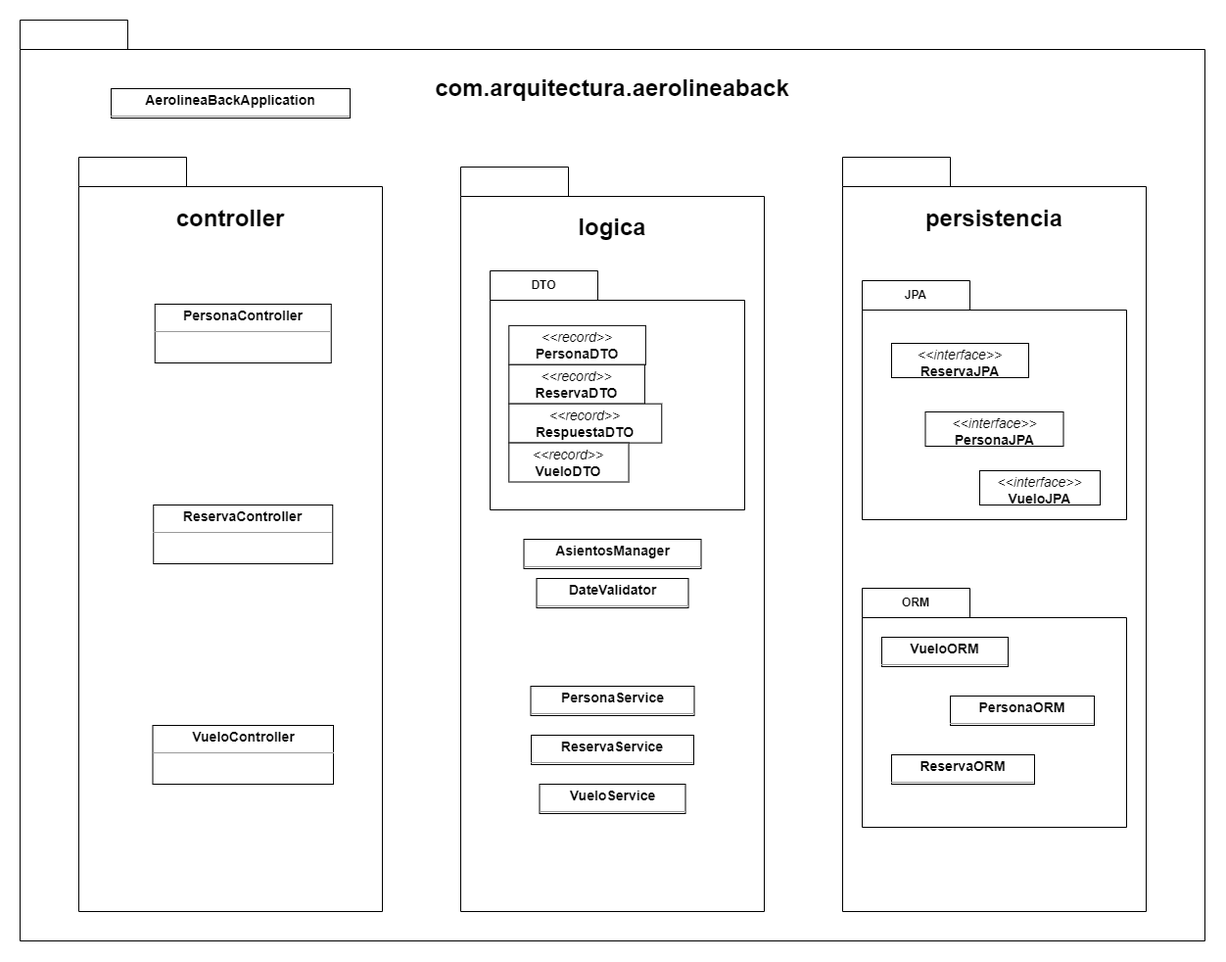
Before: docs/pckgd.drawio.png, a diagram exported from draw.io (pipe1408/aerolinea-back). Source tidied: cells renumbered, new cells last; positions are measured from the earlier drawing's top-left corner, leaving out a move shared by most shapes.
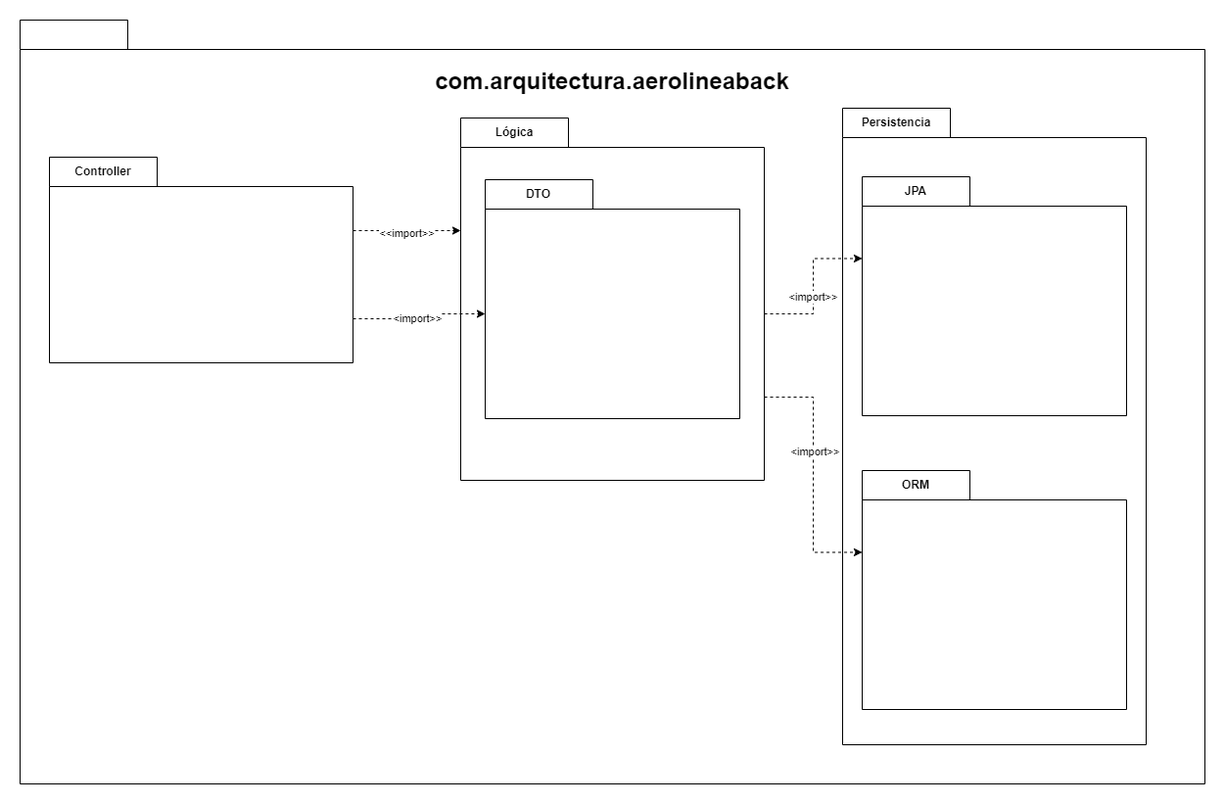
The same diagram one commit later.

Commit message:
Corrige diagrama de paquetes

Diff of the diagram source:
```diff
@@ -3,117 +3,91 @@
     <mxCell id="0" />
     <mxCell id="1" parent="0" />
     <mxCell id="2" style="shape=folder;fontStyle=1;tabWidth=110;tabHeight=30;tabPosition=left;html=1;boundedLbl=1;labelInHeader=1;whiteSpace=wrap;" parent="1" vertex="1">
-      <mxGeometry width="1210" height="940" as="geometry" />
+      <mxGeometry width="1210" height="780" as="geometry" />
     </mxCell>
     <mxCell id="3" value="&lt;b&gt;&lt;font style=&quot;font-size: 24px;&quot;&gt;com.arquitectura.aerolineaback&lt;/font&gt;&lt;/b&gt;" style="html=1;strokeColor=none;fillColor=none;whiteSpace=wrap;" parent="2" vertex="1">
-      <mxGeometry width="1210" height="79.66" relative="1" as="geometry">
+      <mxGeometry width="1210" height="66.1" relative="1" as="geometry">
         <mxPoint y="30" as="offset" />
       </mxGeometry>
     </mxCell>
-    <mxCell id="4" style="shape=folder;fontStyle=1;tabWidth=110;tabHeight=30;tabPosition=left;html=1;boundedLbl=1;labelInHeader=1;whiteSpace=wrap;" parent="2" vertex="1">
-      <mxGeometry x="60" y="140" width="310" height="770" as="geometry" />
+    <mxCell id="4" value="Controller" style="shape=folder;fontStyle=1;tabWidth=110;tabHeight=30;tabPosition=left;html=1;boundedLbl=1;labelInHeader=1;whiteSpace=wrap;" parent="2" vertex="1">
+      <mxGeometry x="30" y="140" width="310" height="210" as="geometry" />
     </mxCell>
-    <mxCell id="5" value="&lt;span style=&quot;font-size: 24px;&quot;&gt;&lt;b&gt;controller&lt;/b&gt;&lt;/span&gt;" style="html=1;strokeColor=none;fillColor=none;whiteSpace=wrap;" parent="4" vertex="1">
-      <mxGeometry width="310" height="65.25" relative="1" as="geometry">
+    <mxCell id="5" style="html=1;strokeColor=none;fillColor=none;whiteSpace=wrap;" parent="4" vertex="1">
+      <mxGeometry width="310" height="17.8" relative="1" as="geometry">
         <mxPoint y="30" as="offset" />
       </mxGeometry>
     </mxCell>
-    <mxCell id="6" value="&lt;p style=&quot;margin:0px;margin-top:4px;text-align:center;&quot;&gt;&lt;b&gt;PersonaController&lt;/b&gt;&lt;/p&gt;&lt;hr size=&quot;1&quot;/&gt;" style="verticalAlign=top;align=left;overflow=fill;fontSize=14;fontFamily=Helvetica;html=1;rounded=0;shadow=0;comic=0;labelBackgroundColor=none;strokeWidth=1;" parent="4" vertex="1">
-      <mxGeometry x="77.8" y="150" width="180" height="60" as="geometry" />
-    </mxCell>
-    <mxCell id="7" value="&lt;p style=&quot;margin:0px;margin-top:4px;text-align:center;&quot;&gt;&lt;b&gt;ReservaController&lt;/b&gt;&lt;/p&gt;&lt;hr size=&quot;1&quot;/&gt;" style="verticalAlign=top;align=left;overflow=fill;fontSize=14;fontFamily=Helvetica;html=1;rounded=0;shadow=0;comic=0;labelBackgroundColor=none;strokeWidth=1;" parent="4" vertex="1">
-      <mxGeometry x="76.2" y="355" width="183" height="60" as="geometry" />
-    </mxCell>
-    <mxCell id="8" value="&lt;p style=&quot;margin:0px;margin-top:4px;text-align:center;&quot;&gt;&lt;b&gt;VueloController&lt;/b&gt;&lt;/p&gt;&lt;hr size=&quot;1&quot;/&gt;" style="verticalAlign=top;align=left;overflow=fill;fontSize=14;fontFamily=Helvetica;html=1;rounded=0;shadow=0;comic=0;labelBackgroundColor=none;strokeWidth=1;" parent="4" vertex="1">
-      <mxGeometry x="75.5" y="580" width="184.5" height="60" as="geometry" />
-    </mxCell>
-    <mxCell id="9" style="shape=folder;fontStyle=1;tabWidth=110;tabHeight=30;tabPosition=left;html=1;boundedLbl=1;labelInHeader=1;whiteSpace=wrap;" parent="2" vertex="1">
-      <mxGeometry x="450" y="150" width="310" height="760" as="geometry" />
+    <mxCell id="9" value="Lógica" style="shape=folder;fontStyle=1;tabWidth=110;tabHeight=30;tabPosition=left;html=1;boundedLbl=1;labelInHeader=1;whiteSpace=wrap;" parent="2" vertex="1">
+      <mxGeometry x="450" y="100" width="310" height="370" as="geometry" />
     </mxCell>
-    <mxCell id="10" value="&lt;span style=&quot;font-size: 24px;&quot;&gt;&lt;b&gt;logica&lt;/b&gt;&lt;/span&gt;" style="html=1;strokeColor=none;fillColor=none;whiteSpace=wrap;" parent="9" vertex="1">
-      <mxGeometry width="310" height="64.41" relative="1" as="geometry">
+    <mxCell id="10" style="html=1;strokeColor=none;fillColor=none;whiteSpace=wrap;" parent="9" vertex="1">
+      <mxGeometry width="310" height="31.36" relative="1" as="geometry">
         <mxPoint y="30" as="offset" />
       </mxGeometry>
     </mxCell>
     <mxCell id="11" value="DTO" style="shape=folder;fontStyle=1;tabWidth=110;tabHeight=30;tabPosition=left;html=1;boundedLbl=1;labelInHeader=1;whiteSpace=wrap;" parent="9" vertex="1">
-      <mxGeometry x="30" y="106" width="260" height="244" as="geometry" />
+      <mxGeometry x="25" y="63" width="260" height="244" as="geometry" />
     </mxCell>
     <mxCell id="12" value="&lt;div&gt;&lt;br&gt;&lt;/div&gt;&lt;div&gt;&lt;br&gt;&lt;/div&gt;" style="html=1;strokeColor=none;fillColor=none;whiteSpace=wrap;" parent="11" vertex="1">
       <mxGeometry width="260" height="170.8" relative="1" as="geometry">
         <mxPoint y="30" as="offset" />
       </mxGeometry>
     </mxCell>
-    <mxCell id="13" value="&lt;p style=&quot;margin:0px;margin-top:4px;text-align:center;&quot;&gt;&lt;i&gt;&amp;lt;&amp;lt;record&amp;gt;&amp;gt;&lt;/i&gt;&lt;br/&gt;&lt;b&gt;PersonaDTO&lt;/b&gt;&lt;/p&gt;&lt;hr size=&quot;1&quot;/&gt;" style="verticalAlign=top;align=left;overflow=fill;fontSize=14;fontFamily=Helvetica;html=1;rounded=0;shadow=0;comic=0;labelBackgroundColor=none;strokeWidth=1;" parent="11" vertex="1">
-      <mxGeometry x="19.3" y="55.9" width="139.6" height="39.9" as="geometry" />
-    </mxCell>
-    <mxCell id="14" value="&lt;p style=&quot;margin:0px;margin-top:4px;text-align:center;&quot;&gt;&lt;i&gt;&amp;lt;&amp;lt;record&amp;gt;&amp;gt;&lt;/i&gt;&lt;br/&gt;&lt;b&gt;ReservaDTO&lt;/b&gt;&lt;/p&gt;&lt;hr size=&quot;1&quot;/&gt;" style="verticalAlign=top;align=left;overflow=fill;fontSize=14;fontFamily=Helvetica;html=1;rounded=0;shadow=0;comic=0;labelBackgroundColor=none;strokeWidth=1;" parent="11" vertex="1">
-      <mxGeometry x="19.3" y="95.8" width="138.7" height="39.9" as="geometry" />
-    </mxCell>
-    <mxCell id="15" value="&lt;p style=&quot;margin:0px;margin-top:4px;text-align:center;&quot;&gt;&lt;i&gt;&amp;lt;&amp;lt;record&amp;gt;&amp;gt;&lt;/i&gt;&lt;br/&gt;&lt;b&gt;RespuestaDTO&lt;/b&gt;&lt;/p&gt;&lt;hr size=&quot;1&quot;/&gt;" style="verticalAlign=top;align=left;overflow=fill;fontSize=14;fontFamily=Helvetica;html=1;rounded=0;shadow=0;comic=0;labelBackgroundColor=none;strokeWidth=1;" parent="11" vertex="1">
-      <mxGeometry x="19.3" y="135.7" width="156" height="39.9" as="geometry" />
-    </mxCell>
-    <mxCell id="16" value="&lt;p style=&quot;margin:0px;margin-top:4px;text-align:center;&quot;&gt;&lt;i&gt;&amp;lt;&amp;lt;record&amp;gt;&amp;gt;&lt;/i&gt;&lt;br/&gt;&lt;b&gt;VueloDTO&lt;/b&gt;&lt;/p&gt;&lt;hr size=&quot;1&quot;/&gt;" style="verticalAlign=top;align=left;overflow=fill;fontSize=14;fontFamily=Helvetica;html=1;rounded=0;shadow=0;comic=0;labelBackgroundColor=none;strokeWidth=1;" parent="11" vertex="1">
-      <mxGeometry x="19.3" y="175.6" width="122.3" height="39.9" as="geometry" />
-    </mxCell>
-    <mxCell id="17" value="&lt;p style=&quot;margin:0px;margin-top:4px;text-align:center;&quot;&gt;&lt;b&gt;AsientosManager&lt;/b&gt;&lt;/p&gt;&lt;hr size=&quot;1&quot;/&gt;" style="verticalAlign=top;align=left;overflow=fill;fontSize=14;fontFamily=Helvetica;html=1;rounded=0;shadow=0;comic=0;labelBackgroundColor=none;strokeWidth=1;" parent="9" vertex="1">
-      <mxGeometry x="64.5" y="380" width="181" height="30" as="geometry" />
-    </mxCell>
-    <mxCell id="18" value="&lt;p style=&quot;margin:0px;margin-top:4px;text-align:center;&quot;&gt;&lt;b&gt;DateValidator&lt;/b&gt;&lt;/p&gt;&lt;hr size=&quot;1&quot;/&gt;" style="verticalAlign=top;align=left;overflow=fill;fontSize=14;fontFamily=Helvetica;html=1;rounded=0;shadow=0;comic=0;labelBackgroundColor=none;strokeWidth=1;" parent="9" vertex="1">
-      <mxGeometry x="77.5" y="420" width="155" height="30" as="geometry" />
-    </mxCell>
-    <mxCell id="19" value="&lt;p style=&quot;margin:0px;margin-top:4px;text-align:center;&quot;&gt;&lt;b&gt;PersonaService&lt;/b&gt;&lt;/p&gt;&lt;hr size=&quot;1&quot;/&gt;" style="verticalAlign=top;align=left;overflow=fill;fontSize=14;fontFamily=Helvetica;html=1;rounded=0;shadow=0;comic=0;labelBackgroundColor=none;strokeWidth=1;" parent="9" vertex="1">
-      <mxGeometry x="71.5" y="530" width="167" height="30" as="geometry" />
-    </mxCell>
-    <mxCell id="20" value="&lt;p style=&quot;margin:0px;margin-top:4px;text-align:center;&quot;&gt;&lt;b&gt;VueloService&lt;/b&gt;&lt;/p&gt;&lt;hr size=&quot;1&quot;/&gt;" style="verticalAlign=top;align=left;overflow=fill;fontSize=14;fontFamily=Helvetica;html=1;rounded=0;shadow=0;comic=0;labelBackgroundColor=none;strokeWidth=1;" parent="9" vertex="1">
-      <mxGeometry x="80.5" y="630" width="149" height="30" as="geometry" />
-    </mxCell>
-    <mxCell id="21" value="&lt;p style=&quot;margin:0px;margin-top:4px;text-align:center;&quot;&gt;&lt;b&gt;ReservaService&lt;/b&gt;&lt;/p&gt;&lt;hr size=&quot;1&quot;/&gt;" style="verticalAlign=top;align=left;overflow=fill;fontSize=14;fontFamily=Helvetica;html=1;rounded=0;shadow=0;comic=0;labelBackgroundColor=none;strokeWidth=1;" parent="9" vertex="1">
-      <mxGeometry x="72" y="580" width="166" height="30" as="geometry" />
-    </mxCell>
-    <mxCell id="22" style="shape=folder;fontStyle=1;tabWidth=110;tabHeight=30;tabPosition=left;html=1;boundedLbl=1;labelInHeader=1;whiteSpace=wrap;" parent="2" vertex="1">
-      <mxGeometry x="840" y="140" width="310" height="770" as="geometry" />
+    <mxCell id="22" value="Persistencia" style="shape=folder;fontStyle=1;tabWidth=110;tabHeight=30;tabPosition=left;html=1;boundedLbl=1;labelInHeader=1;whiteSpace=wrap;" parent="2" vertex="1">
+      <mxGeometry x="840" y="90" width="310" height="650" as="geometry" />
     </mxCell>
-    <mxCell id="23" value="&lt;span style=&quot;font-size: 24px;&quot;&gt;&lt;b&gt;persistencia&lt;/b&gt;&lt;/span&gt;" style="html=1;strokeColor=none;fillColor=none;whiteSpace=wrap;" parent="22" vertex="1">
-      <mxGeometry width="310" height="65.25" relative="1" as="geometry">
+    <mxCell id="23" style="html=1;strokeColor=none;fillColor=none;whiteSpace=wrap;" parent="22" vertex="1">
+      <mxGeometry width="310" height="55.08" relative="1" as="geometry">
         <mxPoint y="30" as="offset" />
       </mxGeometry>
     </mxCell>
+    <mxCell id="29" value="ORM" style="shape=folder;fontStyle=1;tabWidth=110;tabHeight=30;tabPosition=left;html=1;boundedLbl=1;labelInHeader=1;whiteSpace=wrap;" parent="22" vertex="1">
+      <mxGeometry x="20" y="370" width="270" height="244" as="geometry" />
+    </mxCell>
+    <mxCell id="30" value="&lt;div&gt;&lt;br&gt;&lt;/div&gt;&lt;div&gt;&lt;br&gt;&lt;/div&gt;" style="html=1;strokeColor=none;fillColor=none;whiteSpace=wrap;" parent="29" vertex="1">
+      <mxGeometry width="270" height="170.8" relative="1" as="geometry">
+        <mxPoint y="30" as="offset" />
+      </mxGeometry>
+    </mxCell>
     <mxCell id="24" value="JPA" style="shape=folder;fontStyle=1;tabWidth=110;tabHeight=30;tabPosition=left;html=1;boundedLbl=1;labelInHeader=1;whiteSpace=wrap;" parent="22" vertex="1">
-      <mxGeometry x="20" y="126" width="270" height="244" as="geometry" />
+      <mxGeometry x="20" y="70" width="270" height="244" as="geometry" />
     </mxCell>
     <mxCell id="25" value="&lt;div&gt;&lt;br&gt;&lt;/div&gt;&lt;div&gt;&lt;br&gt;&lt;/div&gt;" style="html=1;strokeColor=none;fillColor=none;whiteSpace=wrap;" parent="24" vertex="1">
       <mxGeometry width="270" height="170.8" relative="1" as="geometry">
         <mxPoint y="30" as="offset" />
       </mxGeometry>
     </mxCell>
-    <mxCell id="26" value="&lt;p style=&quot;margin:0px;margin-top:4px;text-align:center;&quot;&gt;&lt;i&gt;&amp;lt;&amp;lt;interface&amp;gt;&amp;gt;&lt;/i&gt;&lt;br/&gt;&lt;b&gt;ReservaJPA&lt;/b&gt;&lt;/p&gt;&lt;hr size=&quot;1&quot;/&gt;" style="verticalAlign=top;align=left;overflow=fill;fontSize=14;fontFamily=Helvetica;html=1;rounded=0;shadow=0;comic=0;labelBackgroundColor=none;strokeWidth=1;" parent="24" vertex="1">
-      <mxGeometry x="30" y="64" width="140" height="35" as="geometry" />
-    </mxCell>
-    <mxCell id="27" value="&lt;p style=&quot;margin:0px;margin-top:4px;text-align:center;&quot;&gt;&lt;i&gt;&amp;lt;&amp;lt;interface&amp;gt;&amp;gt;&lt;/i&gt;&lt;br/&gt;&lt;b&gt;PersonaJPA&lt;/b&gt;&lt;/p&gt;&lt;hr size=&quot;1&quot;/&gt;" style="verticalAlign=top;align=left;overflow=fill;fontSize=14;fontFamily=Helvetica;html=1;rounded=0;shadow=0;comic=0;labelBackgroundColor=none;strokeWidth=1;" parent="24" vertex="1">
-      <mxGeometry x="64.5" y="134" width="141" height="35" as="geometry" />
-    </mxCell>
-    <mxCell id="28" value="&lt;p style=&quot;margin:0px;margin-top:4px;text-align:center;&quot;&gt;&lt;i&gt;&amp;lt;&amp;lt;interface&amp;gt;&amp;gt;&lt;/i&gt;&lt;br/&gt;&lt;b&gt;VueloJPA&lt;/b&gt;&lt;/p&gt;&lt;hr size=&quot;1&quot;/&gt;" style="verticalAlign=top;align=left;overflow=fill;fontSize=14;fontFamily=Helvetica;html=1;rounded=0;shadow=0;comic=0;labelBackgroundColor=none;strokeWidth=1;" parent="24" vertex="1">
-      <mxGeometry x="120" y="194" width="123" height="35" as="geometry" />
-    </mxCell>
-    <mxCell id="29" value="ORM" style="shape=folder;fontStyle=1;tabWidth=110;tabHeight=30;tabPosition=left;html=1;boundedLbl=1;labelInHeader=1;whiteSpace=wrap;" parent="22" vertex="1">
-      <mxGeometry x="20" y="440" width="270" height="244" as="geometry" />
-    </mxCell>
-    <mxCell id="30" value="&lt;div&gt;&lt;br&gt;&lt;/div&gt;&lt;div&gt;&lt;br&gt;&lt;/div&gt;" style="html=1;strokeColor=none;fillColor=none;whiteSpace=wrap;" parent="29" vertex="1">
-      <mxGeometry width="270" height="170.8" relative="1" as="geometry">
-        <mxPoint y="30" as="offset" />
-      </mxGeometry>
-    </mxCell>
-    <mxCell id="31" value="&lt;p style=&quot;margin:0px;margin-top:4px;text-align:center;&quot;&gt;&lt;b&gt;VueloORM&lt;/b&gt;&lt;/p&gt;&lt;hr size=&quot;1&quot;/&gt;" style="verticalAlign=top;align=left;overflow=fill;fontSize=14;fontFamily=Helvetica;html=1;rounded=0;shadow=0;comic=0;labelBackgroundColor=none;strokeWidth=1;" parent="29" vertex="1">
-      <mxGeometry x="20" y="50" width="129" height="30" as="geometry" />
-    </mxCell>
-    <mxCell id="32" value="&lt;p style=&quot;margin:0px;margin-top:4px;text-align:center;&quot;&gt;&lt;b&gt;PersonaORM&lt;/b&gt;&lt;/p&gt;&lt;hr size=&quot;1&quot;/&gt;" style="verticalAlign=top;align=left;overflow=fill;fontSize=14;fontFamily=Helvetica;html=1;rounded=0;shadow=0;comic=0;labelBackgroundColor=none;strokeWidth=1;" parent="29" vertex="1">
-      <mxGeometry x="90" y="110" width="147" height="30" as="geometry" />
-    </mxCell>
-    <mxCell id="33" value="&lt;p style=&quot;margin:0px;margin-top:4px;text-align:center;&quot;&gt;&lt;b&gt;ReservaORM&lt;/b&gt;&lt;/p&gt;&lt;hr size=&quot;1&quot;/&gt;" style="verticalAlign=top;align=left;overflow=fill;fontSize=14;fontFamily=Helvetica;html=1;rounded=0;shadow=0;comic=0;labelBackgroundColor=none;strokeWidth=1;" parent="29" vertex="1">
-      <mxGeometry x="30" y="170" width="146" height="30" as="geometry" />
-    </mxCell>
-    <mxCell id="34" value="&lt;p style=&quot;margin:0px;margin-top:4px;text-align:center;&quot;&gt;&lt;b&gt;AerolineaBackApplication&lt;/b&gt;&lt;/p&gt;&lt;hr size=&quot;1&quot;/&gt;" style="verticalAlign=top;align=left;overflow=fill;fontSize=14;fontFamily=Helvetica;html=1;rounded=0;shadow=0;comic=0;labelBackgroundColor=none;strokeWidth=1;" parent="2" vertex="1">
-      <mxGeometry x="93" y="70" width="244" height="30" as="geometry" />
-    </mxCell>
+    <mxCell id="35" style="edgeStyle=orthogonalEdgeStyle;rounded=0;orthogonalLoop=1;jettySize=auto;html=1;exitX=0.5;exitY=1;exitDx=0;exitDy=0;exitPerimeter=0;" parent="2" edge="1" source="4" target="4">
+      <mxGeometry relative="1" as="geometry" />
+    </mxCell>
+    <mxCell id="36" style="edgeStyle=orthogonalEdgeStyle;rounded=0;jettySize=auto;html=1;exitX=0;exitY=0;exitDx=310;exitDy=165;exitPerimeter=0;entryX=0;entryY=0;entryDx=0;entryDy=137;entryPerimeter=0;dashed=1;" parent="2" edge="1" source="4" target="11">
+      <mxGeometry relative="1" as="geometry" />
+    </mxCell>
+    <mxCell id="37" value="&amp;lt;import&amp;gt;&amp;gt;" style="edgeLabel;html=1;align=center;verticalAlign=middle;" parent="36" vertex="1">
+      <mxGeometry x="-0.07" y="1" relative="1" as="geometry" />
+    </mxCell>
+    <mxCell id="38" style="edgeStyle=orthogonalEdgeStyle;rounded=0;jettySize=auto;html=1;exitX=0;exitY=0;exitDx=310;exitDy=75;exitPerimeter=0;entryX=0;entryY=0;entryDx=0;entryDy=115;entryPerimeter=0;dashed=1;" parent="2" edge="1" source="4" target="9">
+      <mxGeometry relative="1" as="geometry" />
+    </mxCell>
+    <mxCell id="39" value="&amp;lt;&amp;lt;import&amp;gt;&amp;gt;" style="edgeLabel;html=1;align=center;verticalAlign=middle;" parent="38" vertex="1">
+      <mxGeometry x="-0.02" y="-2" relative="1" as="geometry" />
+    </mxCell>
+    <mxCell id="40" style="edgeStyle=orthogonalEdgeStyle;rounded=0;jettySize=auto;html=1;exitX=0;exitY=0;exitDx=310;exitDy=200;exitPerimeter=0;entryX=0;entryY=0;entryDx=0;entryDy=83.5;entryPerimeter=0;dashed=1;" parent="2" edge="1" source="9" target="24">
+      <mxGeometry relative="1" as="geometry" />
+    </mxCell>
+    <mxCell id="41" value="&amp;lt;import&amp;gt;&amp;gt;" style="edgeLabel;html=1;align=center;verticalAlign=middle;" parent="40" vertex="1">
+      <mxGeometry x="-0.51" y="-4" relative="1" as="geometry">
+        <mxPoint x="12" y="-22" as="offset" />
+      </mxGeometry>
+    </mxCell>
+    <mxCell id="42" style="edgeStyle=orthogonalEdgeStyle;rounded=0;jettySize=auto;html=1;exitX=0;exitY=0;exitDx=310;exitDy=285;exitPerimeter=0;entryX=0;entryY=0;entryDx=0;entryDy=83.5;entryPerimeter=0;dashed=1;" parent="2" edge="1" source="9" target="29">
+      <mxGeometry relative="1" as="geometry" />
+    </mxCell>
+    <mxCell id="43" value="&amp;lt;import&amp;gt;&amp;gt;" style="edgeLabel;html=1;align=center;verticalAlign=middle;" parent="42" vertex="1">
+      <mxGeometry x="-0.56" y="1" relative="1" as="geometry">
+        <mxPoint y="49" as="offset" />
+      </mxGeometry>
+    </mxCell>
   </root>
 </mxGraphModel>
```
